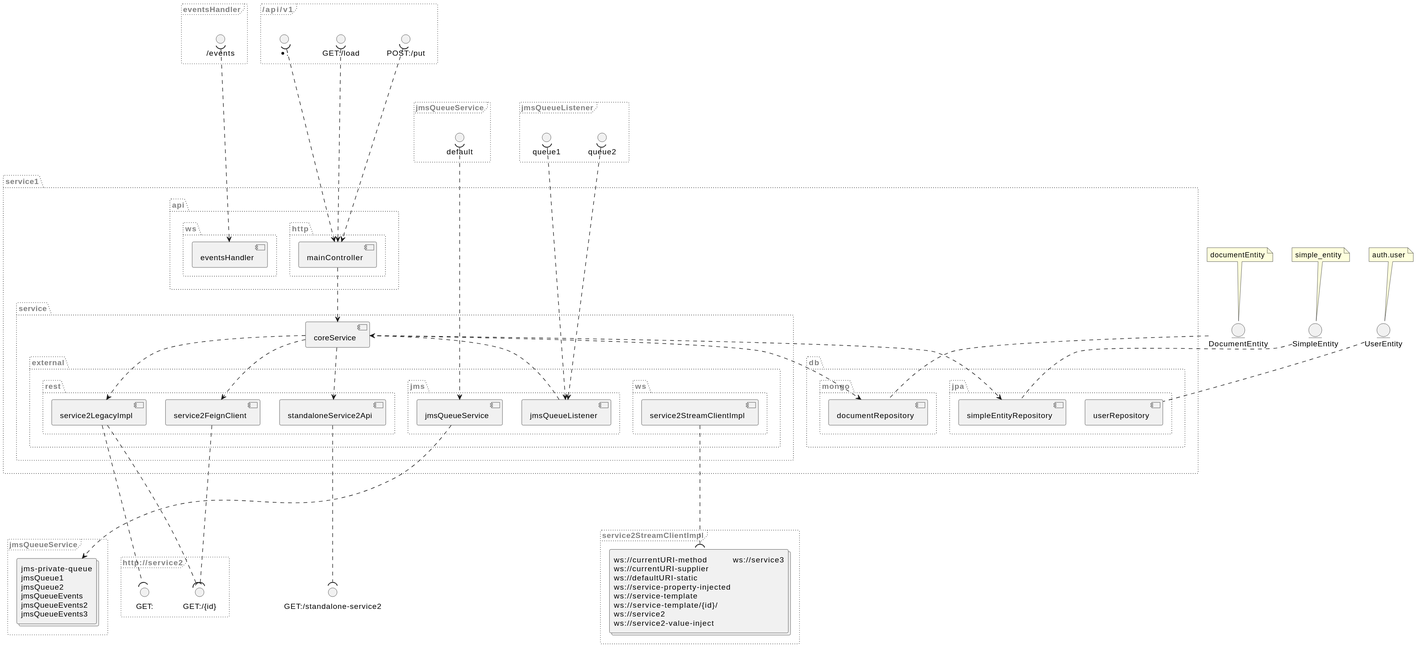
Before: test/service1/src/schema/connections.svg, a diagram exported from PlantUML (m4gshm/spring-boot-components-visualizer).
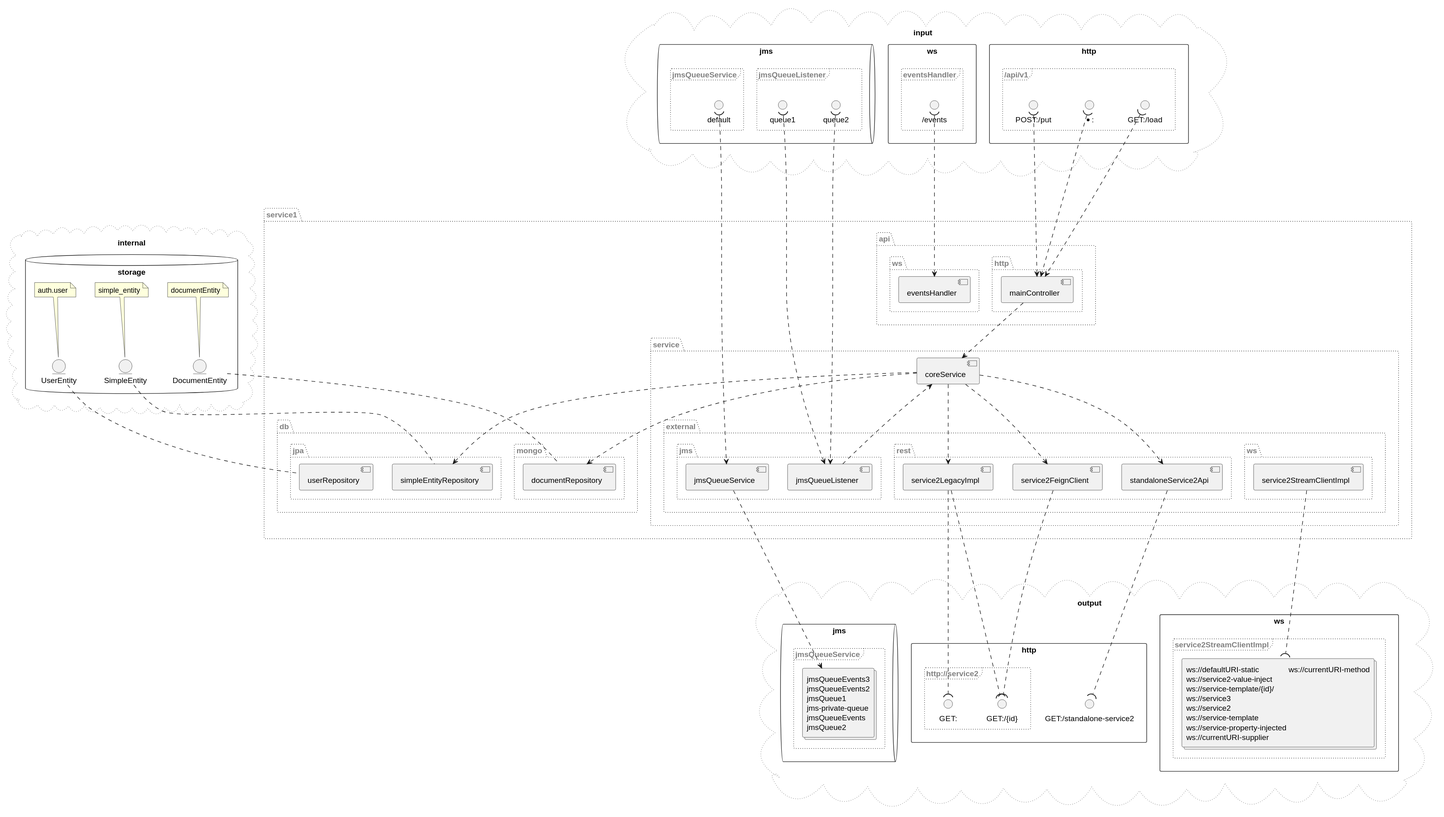
The same file after the commit.

What changed in the source:
```diff
@@ -43,55 +43,75 @@
 coreService ..> simpleEntityRepository
 coreService ..> standaloneService2Api
 jmsQueueListener ..> coreService
-entity "SimpleEntity" as internal.jpa.classservice1.db.jpa.model.SimpleEntity..simple_entity.
-note "simple_entity" as internal.jpa.classservice1.db.jpa.model.SimpleEntity..simple_entity..table_name
-internal.jpa.classservice1.db.jpa.model.SimpleEntity..simple_entity..table_name .. internal.jpa.classservice1.db.jpa.model.SimpleEntity..simple_entity.
-internal.jpa.classservice1.db.jpa.model.SimpleEntity..simple_entity. .. simpleEntityRepository
-entity "UserEntity" as internal.jpa.classservice1.db.jpa.model.UserEntity..auth.user.
-note "auth.user" as internal.jpa.classservice1.db.jpa.model.UserEntity..auth.user..table_name
-internal.jpa.classservice1.db.jpa.model.UserEntity..auth.user..table_name .. internal.jpa.classservice1.db.jpa.model.UserEntity..auth.user.
-internal.jpa.classservice1.db.jpa.model.UserEntity..auth.user. .. userRepository
-entity "DocumentEntity" as internal.mongo.classservice1.db.mongo.model.DocumentEntity..documentEntity.
-note "documentEntity" as internal.mongo.classservice1.db.mongo.model.DocumentEntity..documentEntity..table_name
-internal.mongo.classservice1.db.mongo.model.DocumentEntity..documentEntity..table_name .. internal.mongo.classservice1.db.mongo.model.DocumentEntity..documentEntity.
-internal.mongo.classservice1.db.mongo.model.DocumentEntity..documentEntity. .. documentRepository
-frame "/api/v1" as input.http..api.v1 #line.dotted;text:gray {
-  interface "*:" as in....api.v1.
-  in....api.v1. )....> mainController
-  interface "GET:/load" as in.GET..api.v1.load
-  in.GET..api.v1.load )....> mainController
-  interface "POST:/put" as in.POST..api.v1.put
-  in.POST..api.v1.put )....> mainController
+cloud "internal" as internal #line.dotted;line:gray; {
+  database "storage" as internal.storage {
+    entity "UserEntity" as internal.jpa.classservice1.db.jpa.model.UserEntity..auth.user.
+    note "auth.user" as internal.jpa.classservice1.db.jpa.model.UserEntity..auth.user..table_name
+    internal.jpa.classservice1.db.jpa.model.UserEntity..auth.user..table_name .. internal.jpa.classservice1.db.jpa.model.UserEntity..auth.user.
+    internal.jpa.classservice1.db.jpa.model.UserEntity..auth.user. .. userRepository
+    entity "SimpleEntity" as internal.jpa.classservice1.db.jpa.model.SimpleEntity..simple_entity.
+    note "simple_entity" as internal.jpa.classservice1.db.jpa.model.SimpleEntity..simple_entity..table_name
+    internal.jpa.classservice1.db.jpa.model.SimpleEntity..simple_entity..table_name .. internal.jpa.classservice1.db.jpa.model.SimpleEntity..simple_entity.
+    internal.jpa.classservice1.db.jpa.model.SimpleEntity..simple_entity. .. simpleEntityRepository
+    entity "DocumentEntity" as internal.mongo.classservice1.db.mongo.model.DocumentEntity..documentEntity.
+    note "documentEntity" as internal.mongo.classservice1.db.mongo.model.DocumentEntity..documentEntity..table_name
+    internal.mongo.classservice1.db.mongo.model.DocumentEntity..documentEntity..table_name .. internal.mongo.classservice1.db.mongo.model.DocumentEntity..documentEntity.
+    internal.mongo.classservice1.db.mongo.model.DocumentEntity..documentEntity. .. documentRepository
+  }
 }
-frame "eventsHandler" as input.websocket.eventsHandler #line.dotted;text:gray {
-  interface "/events" as in.in.ws..events
-  in.in.ws..events )....> eventsHandler
+cloud "input" as input #line.dotted;line:gray; {
+  rectangle "ws" as input.websocket {
+    frame "eventsHandler" as input.websocket.eventsHandler #line.dotted;text:gray {
+      interface "/events" as in.in.ws..events
+      in.in.ws..events )....> eventsHandler
+    }
+  }
+  queue "jms" as input.jms {
+    frame "jmsQueueService" as input.jms.jmsQueueService #line.dotted;text:gray {
+      interface "default" as in.default.in
+      in.default.in )....> jmsQueueService
+    }
+    frame "jmsQueueListener" as input.jms.jmsQueueListener #line.dotted;text:gray {
+      interface "queue2" as in.queue2.in
+      in.queue2.in )....> jmsQueueListener
+      interface "queue1" as in.queue1.in
+      in.queue1.in )....> jmsQueueListener
+    }
+  }
+  rectangle "http" as input.http {
+    frame "/api/v1" as input.http..api.v1 #line.dotted;text:gray {
+      interface "*:" as in....api.v1.
+      in....api.v1. )....> mainController
+      interface "GET:/load" as in.GET..api.v1.load
+      in.GET..api.v1.load )....> mainController
+      interface "POST:/put" as in.POST..api.v1.put
+      in.POST..api.v1.put )....> mainController
+    }
+  }
 }
-frame "jmsQueueService" as input.jms.jmsQueueService #line.dotted;text:gray {
-  interface "default" as in.default.in
-  in.default.in )....> jmsQueueService
-}
-frame "jmsQueueListener" as input.jms.jmsQueueListener #line.dotted;text:gray {
-  interface "queue1" as in.queue1.in
-  in.queue1.in )....> jmsQueueListener
-  interface "queue2" as in.queue2.in
-  in.queue2.in )....> jmsQueueListener
-}
-interface "GET:/standalone-service2" as out.GET.standalone.service2..id.
-standaloneService2Api ....( out.GET.standalone.service2..id.
-frame "http://service2" as output.http.http...service2 #line.dotted;text:gray {
-  interface "GET:" as out.GET.http...service2
-  service2LegacyImpl ....( out.GET.http...service2
-  interface "GET:/{id}" as out.GET.http...service2..id.
-  service2LegacyImpl ....( out.GET.http...service2..id.
-  service2FeignClient ....( out.GET.http...service2..id.
-}
-frame "service2StreamClientImpl" as output.websocket.service2StreamClientImpl #line.dotted;text:gray {
-  collections "<#transparent,transparent>|ws://currentURI-method |ws://service3|\n<#transparent,transparent>|ws://currentURI-supplier | |\n<#transparent,transparent>|ws://defaultURI-static | |\n<#transparent,transparent>|ws://service-property-injected | |\n<#transparent,transparent>|ws://service-template | |\n<#transparent,transparent>|ws://service-template/{id}/ | |\n<#transparent,transparent>|ws://service2 | |\n<#transparent,transparent>|ws://service2-value-inject | |" as service2StreamClientImpl.interfaces
-  service2StreamClientImpl ....( service2StreamClientImpl.interfaces
-}
-frame "jmsQueueService" as output.jms.jmsQueueService #line.dotted;text:gray {
-  collections "<#transparent,transparent>|jms-private-queue|\n<#transparent,transparent>|jmsQueue1|\n<#transparent,transparent>|jmsQueue2|\n<#transparent,transparent>|jmsQueueEvents|\n<#transparent,transparent>|jmsQueueEvents2|\n<#transparent,transparent>|jmsQueueEvents3|" as jmsQueueService.interfaces
-  jmsQueueService ....> jmsQueueService.interfaces
+cloud "output" as output #line.dotted;line:gray; {
+  rectangle "ws" as output.websocket {
+    frame "service2StreamClientImpl" as output.websocket.service2StreamClientImpl #line.dotted;text:gray {
+      collections "<#transparent,transparent>|ws://defaultURI-static |ws://currentURI-method|\n<#transparent,transparent>|ws://service2-value-inject | |\n<#transparent,transparent>|ws://service-template/{id}/ | |\n<#transparent,transparent>|ws://service3 | |\n<#transparent,transparent>|ws://service2 | |\n<#transparent,transparent>|ws://service-template | |\n<#transparent,transparent>|ws://service-property-injected | |\n<#transparent,transparent>|ws://currentURI-supplier | |" as service2StreamClientImpl.interfaces
+      service2StreamClientImpl ....( service2StreamClientImpl.interfaces
+    }
+  }
+  rectangle "http" as output.http {
+    interface "GET:/standalone-service2" as out.GET.standalone.service2..id.
+    standaloneService2Api ....( out.GET.standalone.service2..id.
+    frame "http://service2" as output.http.http...service2 #line.dotted;text:gray {
+      interface "GET:" as out.GET.http...service2
+      service2LegacyImpl ....( out.GET.http...service2
+      interface "GET:/{id}" as out.GET.http...service2..id.
+      service2LegacyImpl ....( out.GET.http...service2..id.
+      service2FeignClient ....( out.GET.http...service2..id.
+    }
+  }
+  queue "jms" as output.jms {
+    frame "jmsQueueService" as output.jms.jmsQueueService #line.dotted;text:gray {
+      collections "<#transparent,transparent>|jmsQueueEvents3|\n<#transparent,transparent>|jmsQueueEvents2|\n<#transparent,transparent>|jmsQueue1|\n<#transparent,transparent>|jms-private-queue|\n<#transparent,transparent>|jmsQueueEvents|\n<#transparent,transparent>|jmsQueue2|" as jmsQueueService.interfaces
+      jmsQueueService ....> jmsQueueService.interfaces
+    }
+  }
 }
 @enduml
```
